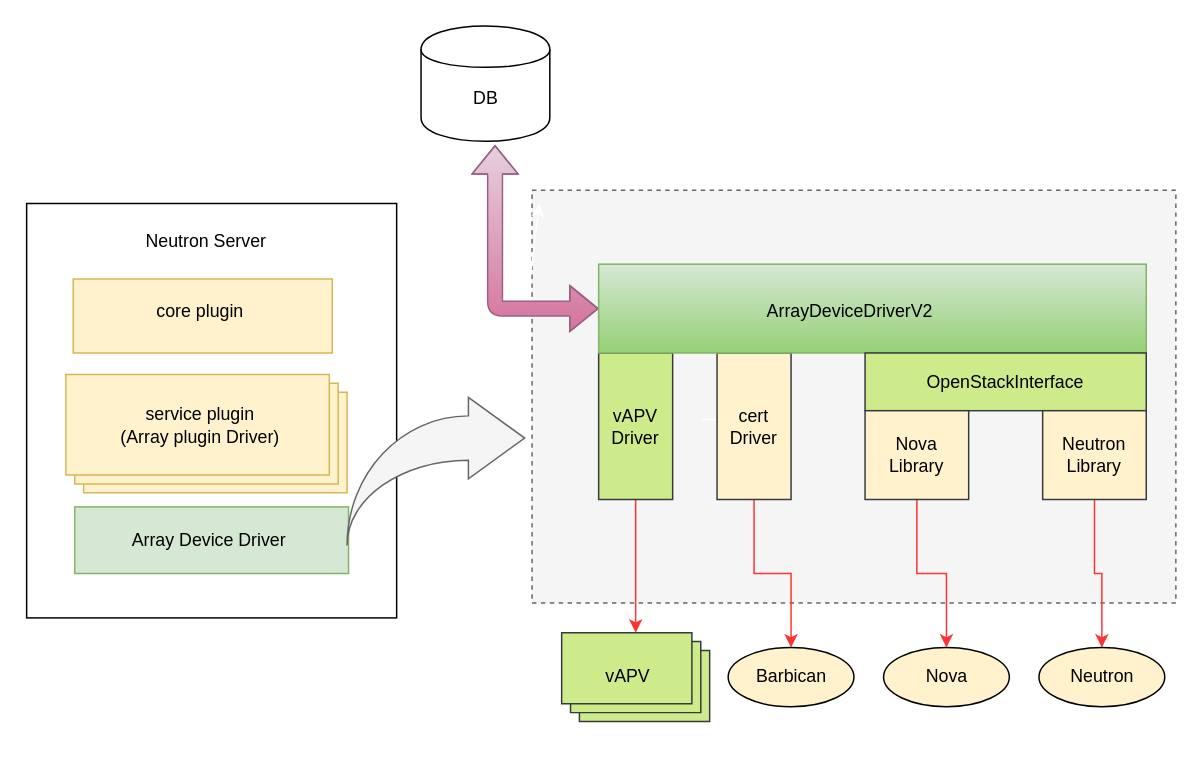
Before: array_design.drawio in jarod-w/fordraw.io, a draw.io diagram. Source tidied: cells renumbered, new cells numbered last; positions are measured from the earlier drawing's top-left corner, leaving out a move shared by most shapes. Both pictures are drawn from the tidied source at 148%, with x=0, y=0 at pixel (27, 25).
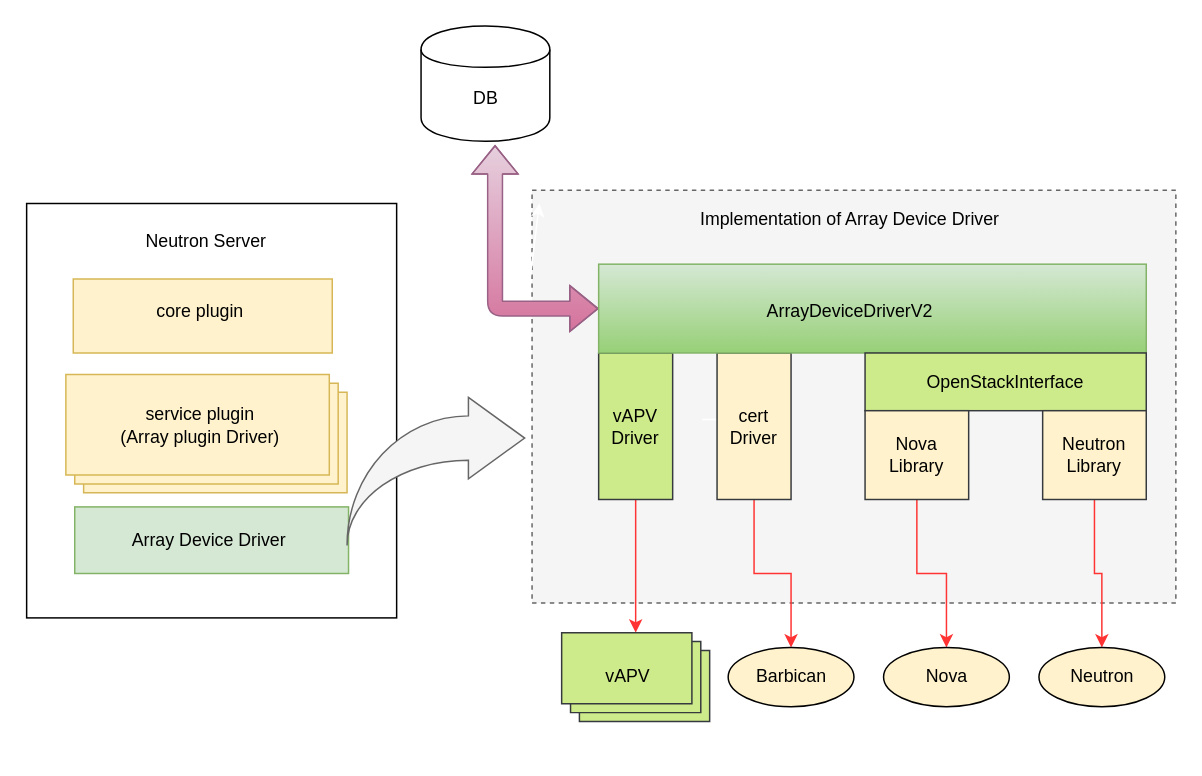
The same page after the edit.

Change to the diagram source:
```diff
@@
+    <mxCell id="34" value="Implementation of Array Device Driver" style="text;html=1;strokeColor=none;fillColor=none;align=center;verticalAlign=middle;whiteSpace=wrap;rounded=0;" parent="1" vertex="1">
+      <mxGeometry x="451" y="119.5" width="210" height="22" as="geometry" />
+    </mxCell>
```
